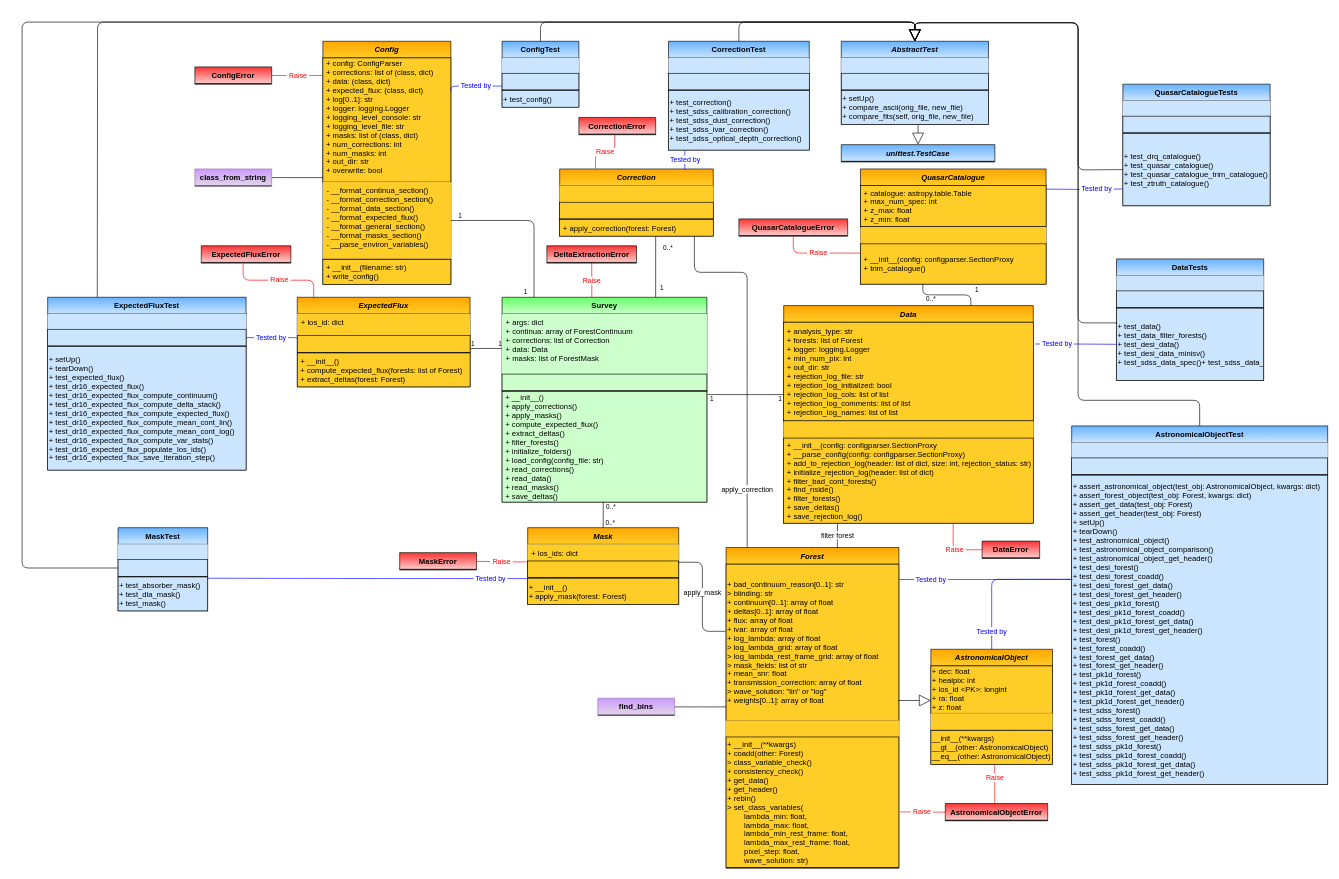
Above: page "Main" (1 of 7) of docs/delta_extraction/data_model/data_model.drawio in igmhub/picca (draw.io), before the change. Source tidied: cells renumbered, new cells numbered last; positions are measured from the earlier drawing's top-left corner, leaving out a move shared by most shapes. Both pictures are drawn from the tidied source at 64%, with x=0, y=0 at pixel (22, 22).
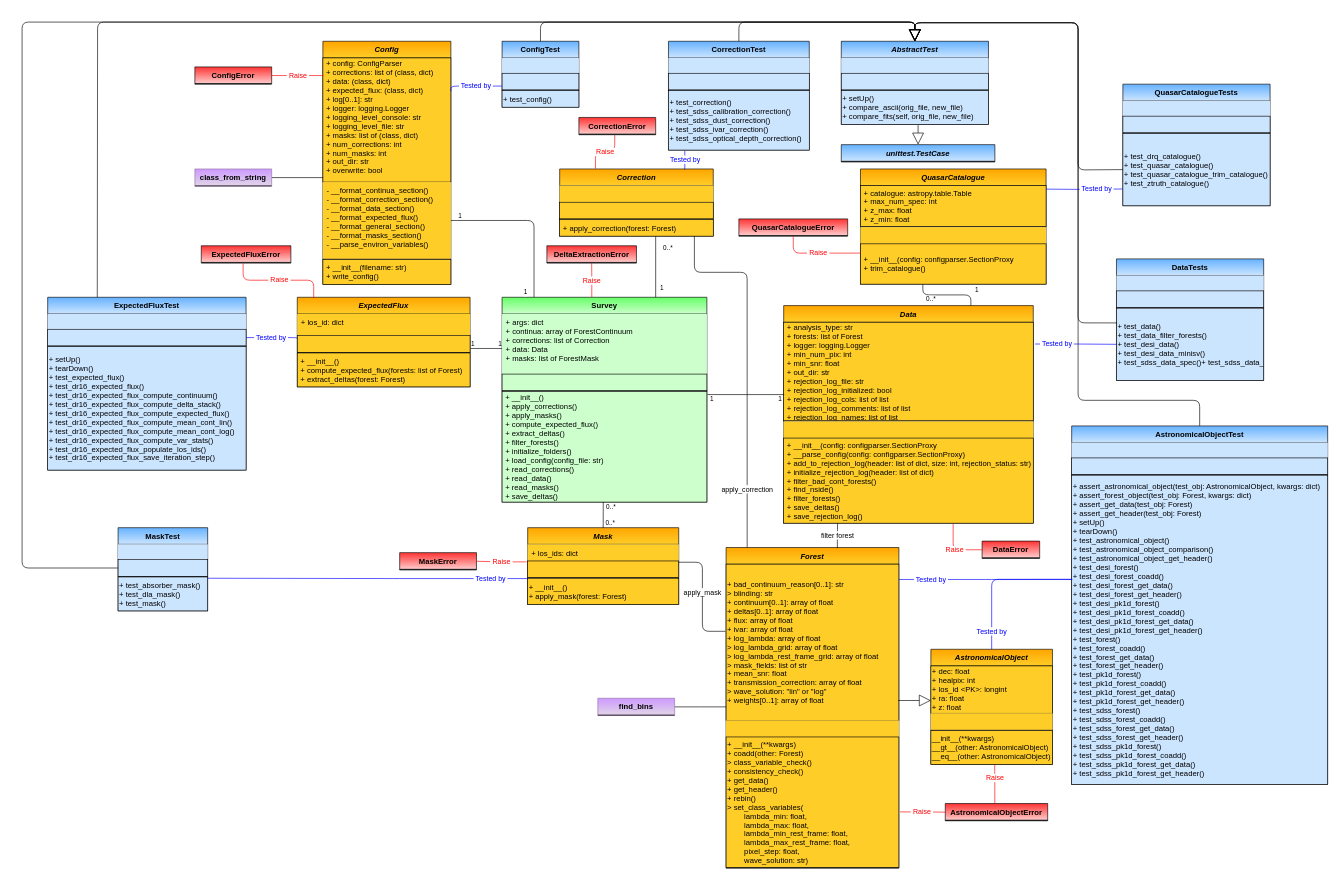
Above is the later version.

The change refers to these unchanged cells:
```xml
<mxCell id="95" value="Data" style="swimlane;fontStyle=3;horizontal=1;startSize=26;fillColor=#ffcd28;swimlaneFillColor=#ffffff;rounded=0;shadow=0;glass=0;comic=0;strokeColor=#000000;gradientColor=#ffa500;swimlaneLine=1;gradientDirection=north;" parent="1" vertex="1">
  <mxGeometry x="1190" y="443" width="390" height="340" as="geometry" />
</mxCell>
```

Diff of the diagram source:
```diff
@@
-    <mxCell id="96" value=" + analysis_type: str&#10; + forests: list of Forest&#10; + logger: logging.Logger&#10; + min_num_pix: int&#10; + out_dir: str&#10; + rejection_log_file: str&#10; + rejection_log_initialized: bool&#10; + rejection_log_cols: list of list&#10; + rejection_log_comments: list of list&#10; + rejection_log_names: list of list" style="text;strokeColor=#000000;fillColor=#ffcd28;align=left;verticalAlign=middle;overflow=hidden;points=[[0,0.5],[1,0.5]];portConstraint=eastwest;rounded=0;shadow=0;glass=0;comic=0;fontStyle=0;gradientColor=none;swimlaneFillColor=#ffffff;gradientDirection=north;startSize=26;" parent="95" vertex="1">
+    <mxCell id="96" value=" + analysis_type: str&#10; + forests: list of Forest&#10; + logger: logging.Logger&#10; + min_num_pix: int&#10; + min_snr: float&#10; + out_dir: str&#10; + rejection_log_file: str&#10; + rejection_log_initialized: bool&#10; + rejection_log_cols: list of list&#10; + rejection_log_comments: list of list&#10; + rejection_log_names: list of list" style="text;strokeColor=#000000;fillColor=#ffcd28;align=left;verticalAlign=middle;overflow=hidden;points=[[0,0.5],[1,0.5]];portConstraint=eastwest;rounded=0;shadow=0;glass=0;comic=0;fontStyle=0;gradientColor=none;swimlaneFillColor=#ffffff;gradientDirection=north;startSize=26;" parent="95" vertex="1">
       <mxGeometry y="26" width="390" height="154" as="geometry" />
     </mxCell>
```
